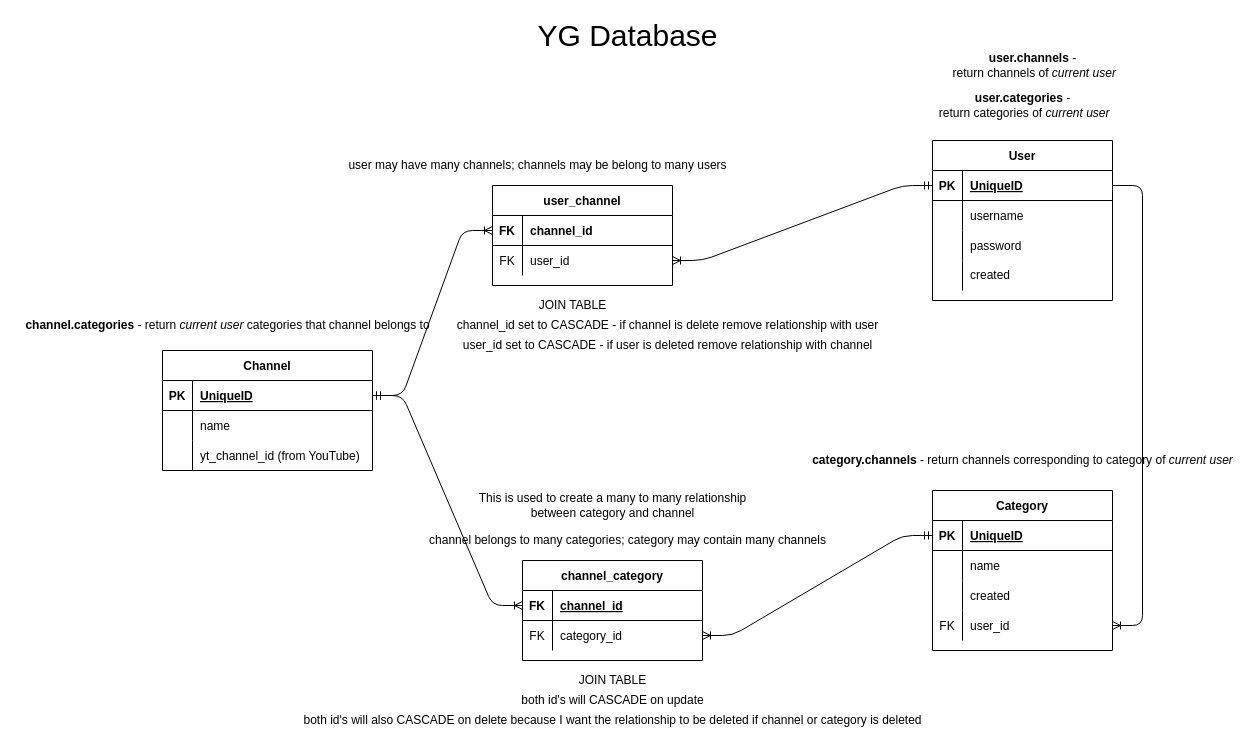
miguellealw/Web-Room keeps this draw.io diagram as page "YG Database Design" (1 of 2) of YG DB.drawio. Above is the earlier version. Source tidied: cells renumbered, new cells numbered last; positions are measured from the earlier drawing's top-left corner, leaving out a move shared by most shapes. Both pictures are drawn from the tidied source at 100%, with x=0, y=0 at pixel (17, 20).
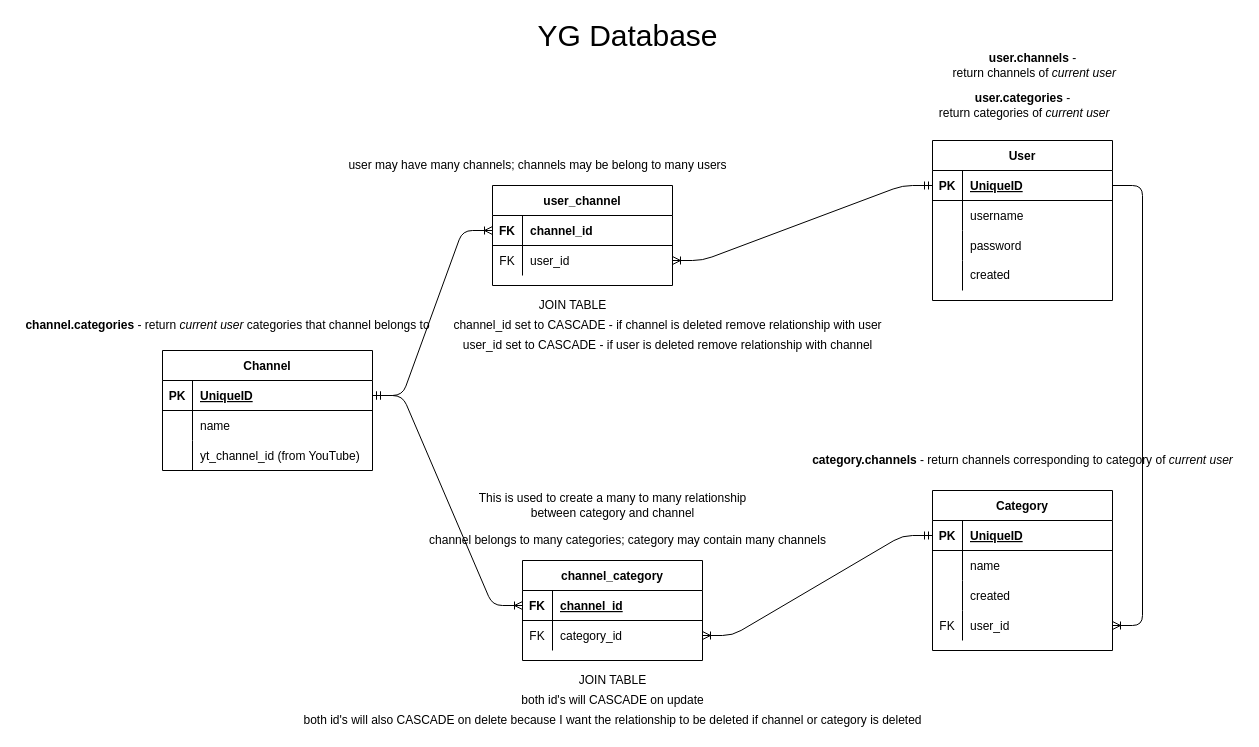
Above is the later version.

The change refers to these unchanged cells:
```xml
<mxCell id="2" style="group;" parent="1" vertex="1">
  <mxGeometry x="40" y="30" width="1185" height="680" as="geometry" />
</mxCell>
```

The edit, as a diff of the source:
```diff
@@
-    <mxCell id="69" value="channel_id set to CASCADE - if channel is delete remove relationship with user" style="text;html=1;align=center;verticalAlign=middle;" parent="2" vertex="1">
+    <mxCell id="69" value="channel_id set to CASCADE - if channel is deleted remove relationship with user" style="text;html=1;align=center;verticalAlign=middle;" parent="2" vertex="1">
       <mxGeometry x="390" y="265" width="440" height="20" as="geometry" />
     </mxCell>
```
